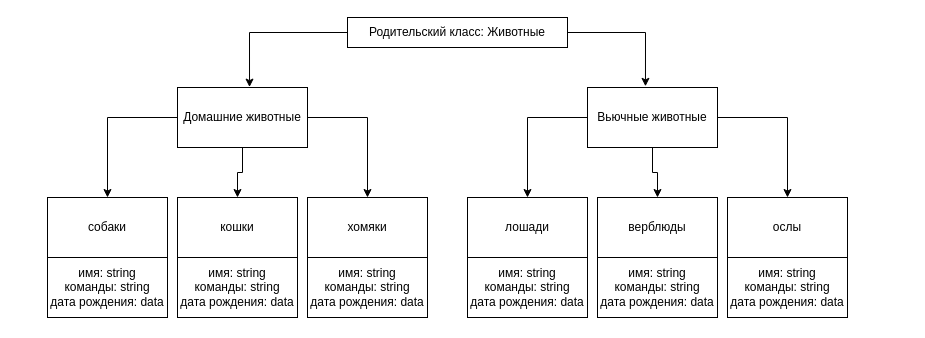
Before: Диаграмма без названия.drawio in 12MGL/-_-, a draw.io diagram. Source tidied: cells renumbered, new cells numbered last; positions are measured from the earlier drawing's top-left corner, leaving out a move shared by most shapes. Both pictures are drawn from the tidied source at 100%, with x=0, y=0 at pixel (47, 17).
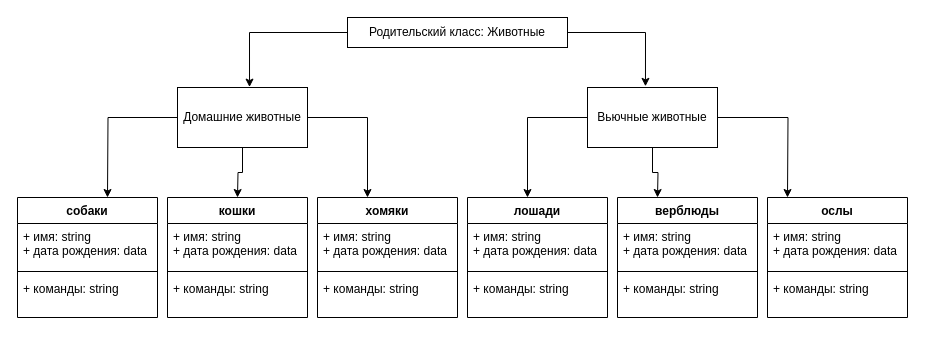
The same page after the edit.

Unchanged cells that the change refers to:
```xml
<mxCell id="6" value="Домашние животные" style="rounded=0;whiteSpace=wrap;html=1;" parent="1" vertex="1">
  <mxGeometry x="130" y="70" width="130" height="60" as="geometry" />
</mxCell>
<mxCell id="10" value="Вьючные животные" style="rounded=0;whiteSpace=wrap;html=1;" parent="1" vertex="1">
  <mxGeometry x="540" y="70" width="130" height="60" as="geometry" />
</mxCell>
```

The edit, as a diff of the source:
```diff
@@
-    <mxCell id="3" style="edgeStyle=orthogonalEdgeStyle;rounded=0;jettySize=auto;html=1;entryX=0.5;entryY=0;entryDx=0;entryDy=0;" parent="1" edge="1" source="6" target="12">
-      <mxGeometry relative="1" as="geometry" />
+    <mxCell id="3" style="edgeStyle=orthogonalEdgeStyle;rounded=0;jettySize=auto;html=1;entryX=0.5;entryY=0;entryDx=0;entryDy=0;" parent="1" edge="1" source="6">
+      <mxGeometry relative="1" as="geometry">
+        <mxPoint x="60" y="180" as="targetPoint" />
+      </mxGeometry>
     </mxCell>
-    <mxCell id="4" style="edgeStyle=orthogonalEdgeStyle;rounded=0;jettySize=auto;html=1;entryX=0.5;entryY=0;entryDx=0;entryDy=0;" parent="1" edge="1" source="6" target="13">
+    <mxCell id="4" style="edgeStyle=orthogonalEdgeStyle;rounded=0;jettySize=auto;html=1;entryX=0.5;entryY=0;entryDx=0;entryDy=0;" parent="1" edge="1" source="6">
       <mxGeometry relative="1" as="geometry">
+        <mxPoint x="320" y="180" as="targetPoint" />
         <Array as="points">
           <mxPoint x="320" y="100" />
         </Array>
       </mxGeometry>
     </mxCell>
-    <mxCell id="5" style="edgeStyle=orthogonalEdgeStyle;rounded=0;jettySize=auto;html=1;entryX=0.5;entryY=0;entryDx=0;entryDy=0;" parent="1" edge="1" source="6" target="11">
-      <mxGeometry relative="1" as="geometry" />
+    <mxCell id="5" style="edgeStyle=orthogonalEdgeStyle;rounded=0;jettySize=auto;html=1;entryX=0.5;entryY=0;entryDx=0;entryDy=0;" parent="1" edge="1" source="6">
+      <mxGeometry relative="1" as="geometry">
+        <mxPoint x="190" y="180" as="targetPoint" />
+      </mxGeometry>
     </mxCell>
@@
-    <mxCell id="7" style="edgeStyle=orthogonalEdgeStyle;rounded=0;jettySize=auto;html=1;entryX=0.5;entryY=0;entryDx=0;entryDy=0;" parent="1" edge="1" source="10" target="15">
+    <mxCell id="7" style="edgeStyle=orthogonalEdgeStyle;rounded=0;jettySize=auto;html=1;entryX=0.5;entryY=0;entryDx=0;entryDy=0;" parent="1" edge="1" source="10">
       <mxGeometry relative="1" as="geometry">
+        <mxPoint x="480" y="180" as="targetPoint" />
         <Array as="points">
           <mxPoint x="480" y="100" />
         </Array>
       </mxGeometry>
     </mxCell>
-    <mxCell id="8" style="edgeStyle=orthogonalEdgeStyle;rounded=0;jettySize=auto;html=1;entryX=0.5;entryY=0;entryDx=0;entryDy=0;" parent="1" edge="1" source="10" target="16">
-      <mxGeometry relative="1" as="geometry" />
+    <mxCell id="8" style="edgeStyle=orthogonalEdgeStyle;rounded=0;jettySize=auto;html=1;entryX=0.5;entryY=0;entryDx=0;entryDy=0;" parent="1" edge="1" source="10">
+      <mxGeometry relative="1" as="geometry">
+        <mxPoint x="740" y="180" as="targetPoint" />
+      </mxGeometry>
     </mxCell>
-    <mxCell id="9" style="edgeStyle=orthogonalEdgeStyle;rounded=0;jettySize=auto;html=1;entryX=0.5;entryY=0;entryDx=0;entryDy=0;" parent="1" edge="1" source="10" target="14">
-      <mxGeometry relative="1" as="geometry" />
+    <mxCell id="9" style="edgeStyle=orthogonalEdgeStyle;rounded=0;jettySize=auto;html=1;entryX=0.5;entryY=0;entryDx=0;entryDy=0;" parent="1" edge="1" source="10">
+      <mxGeometry relative="1" as="geometry">
+        <mxPoint x="610" y="180" as="targetPoint" />
+      </mxGeometry>
     </mxCell>
@@
-    <mxCell id="11" value="кошки" style="rounded=0;whiteSpace=wrap;html=1;" parent="1" vertex="1">
-      <mxGeometry x="130" y="180" width="120" height="60" as="geometry" />
-    </mxCell>
-    <mxCell id="12" value="собаки" style="rounded=0;whiteSpace=wrap;html=1;" parent="1" vertex="1">
-      <mxGeometry y="180" width="120" height="60" as="geometry" />
-    </mxCell>
-    <mxCell id="13" value="хомяки" style="rounded=0;whiteSpace=wrap;html=1;" parent="1" vertex="1">
-      <mxGeometry x="260" y="180" width="120" height="60" as="geometry" />
-    </mxCell>
-    <mxCell id="14" value="верблюды" style="rounded=0;whiteSpace=wrap;html=1;" parent="1" vertex="1">
-      <mxGeometry x="550" y="180" width="120" height="60" as="geometry" />
-    </mxCell>
-    <mxCell id="15" value="лошади" style="rounded=0;whiteSpace=wrap;html=1;" parent="1" vertex="1">
-      <mxGeometry x="420" y="180" width="120" height="60" as="geometry" />
-    </mxCell>
-    <mxCell id="16" value="ослы" style="rounded=0;whiteSpace=wrap;html=1;" parent="1" vertex="1">
-      <mxGeometry x="680" y="180" width="120" height="60" as="geometry" />
-    </mxCell>
-    <mxCell id="17" value="имя: string&lt;div&gt;команды: string&lt;/div&gt;&lt;div&gt;дата рождения: data&lt;/div&gt;" style="rounded=0;whiteSpace=wrap;html=1;" parent="1" vertex="1">
-      <mxGeometry y="240" width="120" height="60" as="geometry" />
-    </mxCell>
-    <mxCell id="18" value="имя: string&lt;div&gt;команды: string&lt;/div&gt;&lt;div&gt;дата рождения: data&lt;/div&gt;" style="rounded=0;whiteSpace=wrap;html=1;" parent="1" vertex="1">
-      <mxGeometry x="130" y="240" width="120" height="60" as="geometry" />
-    </mxCell>
-    <mxCell id="19" value="имя: string&lt;div&gt;команды: string&lt;/div&gt;&lt;div&gt;дата рождения: data&lt;/div&gt;" style="rounded=0;whiteSpace=wrap;html=1;" parent="1" vertex="1">
-      <mxGeometry x="260" y="240" width="120" height="60" as="geometry" />
-    </mxCell>
-    <mxCell id="20" value="имя: string&lt;div&gt;команды: string&lt;/div&gt;&lt;div&gt;дата рождения: data&lt;/div&gt;" style="rounded=0;whiteSpace=wrap;html=1;" parent="1" vertex="1">
-      <mxGeometry x="420" y="240" width="120" height="60" as="geometry" />
-    </mxCell>
-    <mxCell id="21" value="имя: string&lt;div&gt;команды: string&lt;/div&gt;&lt;div&gt;дата рождения: data&lt;/div&gt;" style="rounded=0;whiteSpace=wrap;html=1;" parent="1" vertex="1">
-      <mxGeometry x="550" y="240" width="120" height="60" as="geometry" />
-    </mxCell>
-    <mxCell id="22" value="имя: string&lt;div&gt;команды: string&lt;/div&gt;&lt;div&gt;дата рождения: data&lt;/div&gt;" style="rounded=0;whiteSpace=wrap;html=1;" parent="1" vertex="1">
-      <mxGeometry x="680" y="240" width="120" height="60" as="geometry" />
-    </mxCell>
@@
+    <mxCell id="12" value="собаки" style="swimlane;fontStyle=1;align=center;verticalAlign=top;horizontal=1;startSize=26;whiteSpace=wrap;html=1;" parent="1" vertex="1">
+      <mxGeometry x="-30" y="180" width="140" height="120" as="geometry" />
+    </mxCell>
+    <mxCell id="25" value="+ имя: string&lt;div&gt;+ дата рождения: data&lt;/div&gt;" style="text;strokeColor=none;fillColor=none;align=left;verticalAlign=top;spacingLeft=4;spacingRight=4;overflow=hidden;whiteSpace=wrap;html=1;" parent="12" vertex="1">
+      <mxGeometry y="26" width="140" height="44" as="geometry" />
+    </mxCell>
+    <mxCell id="26" style="line;strokeWidth=1;fillColor=none;align=left;verticalAlign=middle;spacingTop=-1;spacingLeft=3;spacingRight=3;labelPosition=right;strokeColor=inherit;" parent="12" vertex="1">
+      <mxGeometry y="70" width="140" height="8" as="geometry" />
+    </mxCell>
+    <mxCell id="27" value="+ команды: string" style="text;strokeColor=none;fillColor=none;align=left;verticalAlign=top;spacingLeft=4;spacingRight=4;overflow=hidden;whiteSpace=wrap;html=1;" parent="12" vertex="1">
+      <mxGeometry y="78" width="140" height="42" as="geometry" />
+    </mxCell>
+    <mxCell id="11" value="кошки" style="swimlane;fontStyle=1;align=center;verticalAlign=top;horizontal=1;startSize=26;whiteSpace=wrap;html=1;" parent="1" vertex="1">
+      <mxGeometry x="120" y="180" width="140" height="120" as="geometry" />
+    </mxCell>
+    <mxCell id="28" value="+ имя: string&lt;div&gt;+ дата рождения: data&lt;/div&gt;" style="text;strokeColor=none;fillColor=none;align=left;verticalAlign=top;spacingLeft=4;spacingRight=4;overflow=hidden;whiteSpace=wrap;html=1;" parent="11" vertex="1">
+      <mxGeometry y="26" width="140" height="44" as="geometry" />
+    </mxCell>
+    <mxCell id="29" style="line;strokeWidth=1;fillColor=none;align=left;verticalAlign=middle;spacingTop=-1;spacingLeft=3;spacingRight=3;labelPosition=right;strokeColor=inherit;" parent="11" vertex="1">
+      <mxGeometry y="70" width="140" height="8" as="geometry" />
+    </mxCell>
+    <mxCell id="30" value="+ команды: string" style="text;strokeColor=none;fillColor=none;align=left;verticalAlign=top;spacingLeft=4;spacingRight=4;overflow=hidden;whiteSpace=wrap;html=1;" parent="11" vertex="1">
+      <mxGeometry y="78" width="140" height="42" as="geometry" />
+    </mxCell>
+    <mxCell id="13" value="хомяки" style="swimlane;fontStyle=1;align=center;verticalAlign=top;horizontal=1;startSize=26;whiteSpace=wrap;html=1;" parent="1" vertex="1">
+      <mxGeometry x="270" y="180" width="140" height="120" as="geometry" />
+    </mxCell>
+    <mxCell id="31" value="+ имя: string&lt;div&gt;+ дата рождения: data&lt;/div&gt;" style="text;strokeColor=none;fillColor=none;align=left;verticalAlign=top;spacingLeft=4;spacingRight=4;overflow=hidden;whiteSpace=wrap;html=1;" parent="13" vertex="1">
+      <mxGeometry y="26" width="140" height="44" as="geometry" />
+    </mxCell>
+    <mxCell id="32" style="line;strokeWidth=1;fillColor=none;align=left;verticalAlign=middle;spacingTop=-1;spacingLeft=3;spacingRight=3;labelPosition=right;strokeColor=inherit;" parent="13" vertex="1">
+      <mxGeometry y="70" width="140" height="8" as="geometry" />
+    </mxCell>
+    <mxCell id="33" value="+ команды: string" style="text;strokeColor=none;fillColor=none;align=left;verticalAlign=top;spacingLeft=4;spacingRight=4;overflow=hidden;whiteSpace=wrap;html=1;" parent="13" vertex="1">
+      <mxGeometry y="78" width="140" height="42" as="geometry" />
+    </mxCell>
+    <mxCell id="15" value="лошади" style="swimlane;fontStyle=1;align=center;verticalAlign=top;horizontal=1;startSize=26;whiteSpace=wrap;html=1;" parent="1" vertex="1">
+      <mxGeometry x="420" y="180" width="140" height="120" as="geometry" />
+    </mxCell>
+    <mxCell id="34" value="+ имя: string&lt;div&gt;+ дата рождения: data&lt;/div&gt;" style="text;strokeColor=none;fillColor=none;align=left;verticalAlign=top;spacingLeft=4;spacingRight=4;overflow=hidden;whiteSpace=wrap;html=1;" parent="15" vertex="1">
+      <mxGeometry y="26" width="140" height="44" as="geometry" />
+    </mxCell>
+    <mxCell id="35" style="line;strokeWidth=1;fillColor=none;align=left;verticalAlign=middle;spacingTop=-1;spacingLeft=3;spacingRight=3;labelPosition=right;strokeColor=inherit;" parent="15" vertex="1">
+      <mxGeometry y="70" width="140" height="8" as="geometry" />
+    </mxCell>
+    <mxCell id="36" value="+ команды: string" style="text;strokeColor=none;fillColor=none;align=left;verticalAlign=top;spacingLeft=4;spacingRight=4;overflow=hidden;whiteSpace=wrap;html=1;" parent="15" vertex="1">
+      <mxGeometry y="78" width="140" height="42" as="geometry" />
+    </mxCell>
+    <mxCell id="14" value="верблюды" style="swimlane;fontStyle=1;align=center;verticalAlign=top;horizontal=1;startSize=26;whiteSpace=wrap;html=1;" parent="1" vertex="1">
+      <mxGeometry x="570" y="180" width="140" height="120" as="geometry" />
+    </mxCell>
+    <mxCell id="37" value="+ имя: string&lt;div&gt;+ дата рождения: data&lt;/div&gt;" style="text;strokeColor=none;fillColor=none;align=left;verticalAlign=top;spacingLeft=4;spacingRight=4;overflow=hidden;whiteSpace=wrap;html=1;" parent="14" vertex="1">
+      <mxGeometry y="26" width="140" height="44" as="geometry" />
+    </mxCell>
+    <mxCell id="38" style="line;strokeWidth=1;fillColor=none;align=left;verticalAlign=middle;spacingTop=-1;spacingLeft=3;spacingRight=3;labelPosition=right;strokeColor=inherit;" parent="14" vertex="1">
+      <mxGeometry y="70" width="140" height="8" as="geometry" />
+    </mxCell>
+    <mxCell id="39" value="+ команды: string" style="text;strokeColor=none;fillColor=none;align=left;verticalAlign=top;spacingLeft=4;spacingRight=4;overflow=hidden;whiteSpace=wrap;html=1;" parent="14" vertex="1">
+      <mxGeometry y="78" width="140" height="42" as="geometry" />
+    </mxCell>
+    <mxCell id="16" value="ослы" style="swimlane;fontStyle=1;align=center;verticalAlign=top;horizontal=1;startSize=26;whiteSpace=wrap;html=1;" parent="1" vertex="1">
+      <mxGeometry x="720" y="180" width="140" height="120" as="geometry" />
+    </mxCell>
+    <mxCell id="40" value="+ имя: string&lt;div&gt;+ дата рождения: data&lt;/div&gt;" style="text;strokeColor=none;fillColor=none;align=left;verticalAlign=top;spacingLeft=4;spacingRight=4;overflow=hidden;whiteSpace=wrap;html=1;" parent="16" vertex="1">
+      <mxGeometry y="26" width="140" height="44" as="geometry" />
+    </mxCell>
+    <mxCell id="41" style="line;strokeWidth=1;fillColor=none;align=left;verticalAlign=middle;spacingTop=-1;spacingLeft=3;spacingRight=3;labelPosition=right;strokeColor=inherit;" parent="16" vertex="1">
+      <mxGeometry y="70" width="140" height="8" as="geometry" />
+    </mxCell>
+    <mxCell id="42" value="+ команды: string" style="text;strokeColor=none;fillColor=none;align=left;verticalAlign=top;spacingLeft=4;spacingRight=4;overflow=hidden;whiteSpace=wrap;html=1;" parent="16" vertex="1">
+      <mxGeometry y="78" width="140" height="42" as="geometry" />
+    </mxCell>
```
